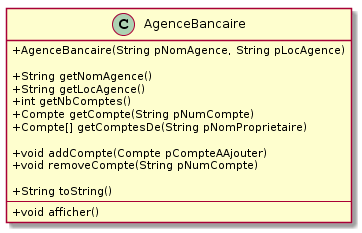
The PlantUML diagram POO/images/classeAgenceBancaireInterface.png in IUT-Blagnac/POO, before a commit. Its diagram source:
```plantuml
@startuml
skinparam classAttributeIconSize 0

class AgenceBancaire {
	+ AgenceBancaire(String pNomAgence, String pLocAgence)

	+ String getNomAgence()
	+ String getLocAgence()
	+ int getNbComptes()
	+ Compte getCompte(String pNumCompte)
	+ Compte[] getComptesDe(String pNomProprietaire)

	+ void addCompte(Compte pCompteAAjouter)
	+ void removeCompte(String pNumCompte)

	+ String toString()
	---
	+ void afficher()
}
@enduml
```
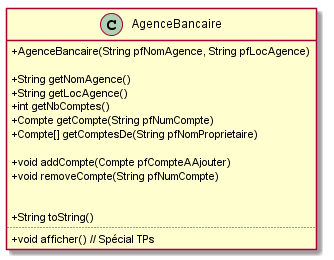
After the change.

Change to the diagram source:
```diff
@@ -2,19 +2,21 @@
 skinparam classAttributeIconSize 0
 
 class AgenceBancaire {
-	+ AgenceBancaire(String pNomAgence, String pLocAgence)
+	+ AgenceBancaire(String pfNomAgence, String pfLocAgence)
 
 	+ String getNomAgence()
 	+ String getLocAgence()
 	+ int getNbComptes()
-	+ Compte getCompte(String pNumCompte)
-	+ Compte[] getComptesDe(String pNomProprietaire)
+	+ Compte getCompte(String pfNumCompte)
+	+ Compte[] getComptesDe(String pfNomProprietaire)
 
-	+ void addCompte(Compte pCompteAAjouter)
-	+ void removeCompte(String pNumCompte)
+	+ void addCompte(Compte pfCompteAAjouter)
+	+ void removeCompte(String pfNumCompte)
+
 
 	+ String toString()
-	---
-	+ void afficher()
+....
+        + void afficher() // Spécial TPs
 }
+
 @enduml
```
